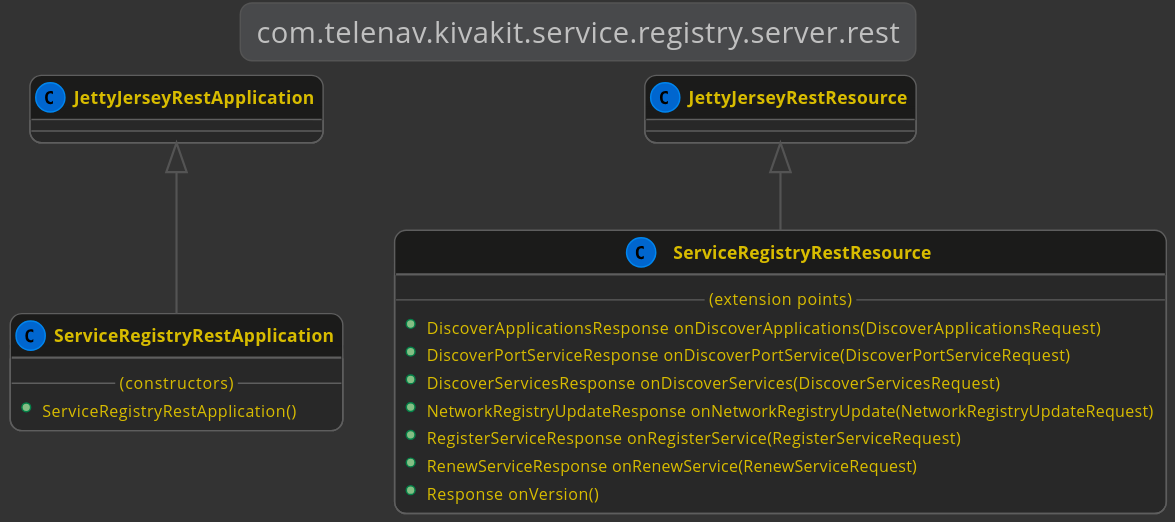
Before: kivakit-service/server/documentation/diagrams/com.telenav.kivakit.service.registry.server.rest.svg, a diagram exported from PlantUML (Telenav/kivakit). Source of this version:
```plantuml
@startuml

    !include ../lexakai/lexakai.theme

    title "com.telenav.kivakit.service.registry.server.rest"

    JettyJerseyRestApplication <|-- ServiceRegistryRestApplication
    class ServiceRegistryRestApplication
    {
        --(constructors)--
        +ServiceRegistryRestApplication()
    }

    JettyJerseyRestResource <|-- ServiceRegistryRestResource
    class ServiceRegistryRestResource
    {
        --(extension points)--
        +DiscoverApplicationsResponse onDiscoverApplications(DiscoverApplicationsRequest)
        +DiscoverPortServiceResponse onDiscoverPortService(DiscoverPortServiceRequest)
        +DiscoverServicesResponse onDiscoverServices(DiscoverServicesRequest)
        +NetworkRegistryUpdateResponse onNetworkRegistryUpdate(NetworkRegistryUpdateRequest)
        +RegisterServiceResponse onRegisterService(RegisterServiceRequest)
        +RenewServiceResponse onRenewService(RenewServiceRequest)
        +Response onVersion()
    }

@enduml
```
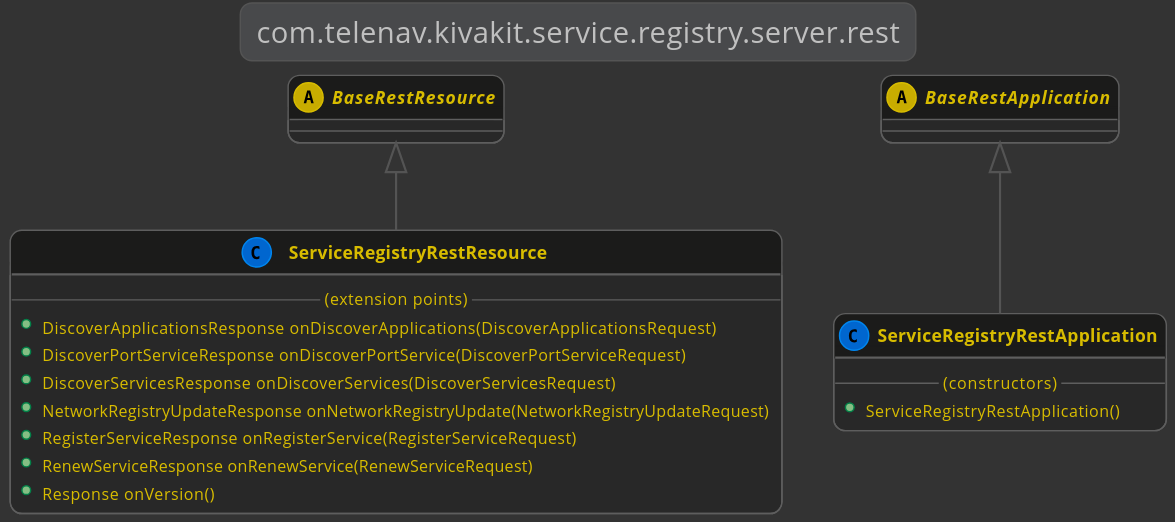
Later version of the same file.

Change to the diagram source:
```diff
@@ -4,14 +4,17 @@
 
     title "com.telenav.kivakit.service.registry.server.rest"
 
-    JettyJerseyRestApplication <|-- ServiceRegistryRestApplication
+    abstract BaseRestResource
+    abstract BaseRestApplication
+
+    BaseRestApplication <|-- ServiceRegistryRestApplication
     class ServiceRegistryRestApplication
     {
         --(constructors)--
         +ServiceRegistryRestApplication()
     }
 
-    JettyJerseyRestResource <|-- ServiceRegistryRestResource
+    BaseRestResource <|-- ServiceRegistryRestResource
     class ServiceRegistryRestResource
     {
         --(extension points)--
```
